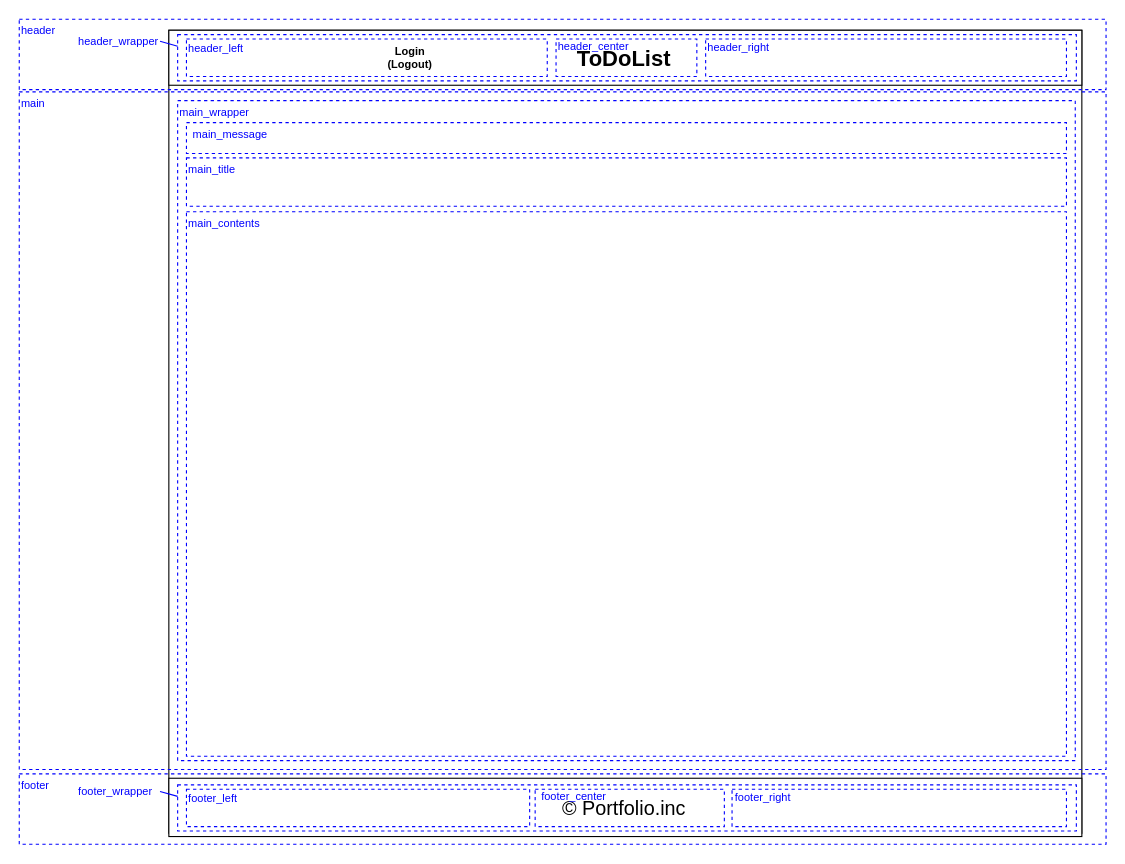
Earlier version of the draw.io diagram portfolio03/01/layout/common/portfolio03_01_common_detail.drawio (RRRYOOO/portfolio). Source tidied: cells renumbered, new cells numbered last; positions are measured from the earlier drawing's top-left corner, leaving out a move shared by most shapes. Both pictures are drawn from the tidied source at 110%, with x=0, y=0 at pixel (19, 19).
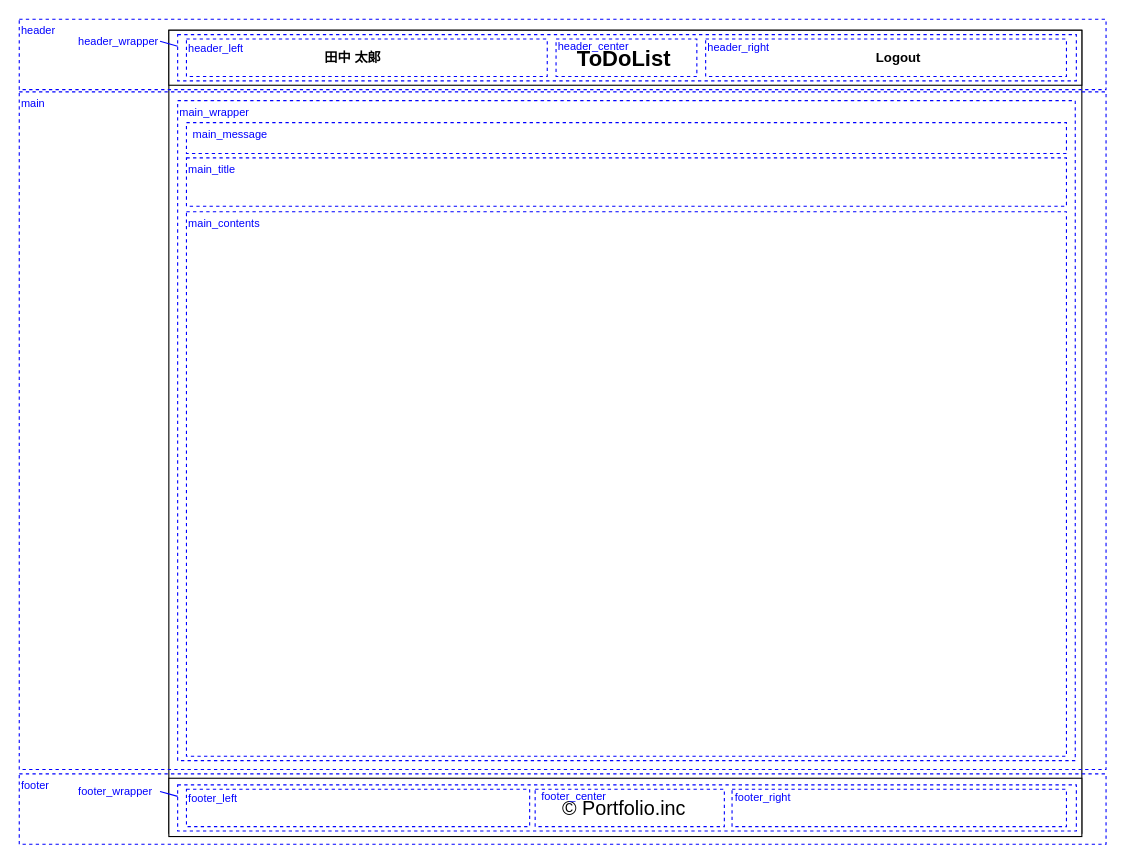
The same diagram, later.

Change to the diagram source:
```diff
@@
-    <mxCell id="5" value="&lt;span style=&quot;font-size: 10px;&quot;&gt;&lt;b style=&quot;font-size: 10px;&quot;&gt;Login&lt;br style=&quot;font-size: 10px;&quot;&gt;(Logout)&lt;br style=&quot;font-size: 10px;&quot;&gt;&lt;/b&gt;&lt;/span&gt;" style="text;html=1;strokeColor=none;fillColor=none;align=center;verticalAlign=middle;whiteSpace=wrap;rounded=0;strokeWidth=4;fontSize=10;" parent="1" vertex="1">
-      <mxGeometry x="312" y="20" width="87" height="30" as="geometry" />
+    <mxCell id="5" value="&lt;span style=&quot;font-size: 12px;&quot;&gt;&lt;b style=&quot;font-size: 12px;&quot;&gt;田中 太郎&lt;br style=&quot;font-size: 12px;&quot;&gt;&lt;/b&gt;&lt;/span&gt;" style="text;html=1;strokeColor=none;fillColor=none;align=center;verticalAlign=middle;whiteSpace=wrap;rounded=0;strokeWidth=4;fontSize=12;" parent="1" vertex="1">
+      <mxGeometry x="260" y="20" width="87" height="30" as="geometry" />
     </mxCell>
@@
+    <mxCell id="44" value="&lt;span style=&quot;font-size: 12px&quot;&gt;&lt;b style=&quot;font-size: 12px&quot;&gt;Logout&lt;br style=&quot;font-size: 12px&quot;&gt;&lt;/b&gt;&lt;/span&gt;" style="text;html=1;strokeColor=none;fillColor=none;align=center;verticalAlign=middle;whiteSpace=wrap;rounded=0;strokeWidth=4;fontSize=12;" parent="1" vertex="1">
+      <mxGeometry x="756" y="20" width="87" height="30" as="geometry" />
+    </mxCell>
```
